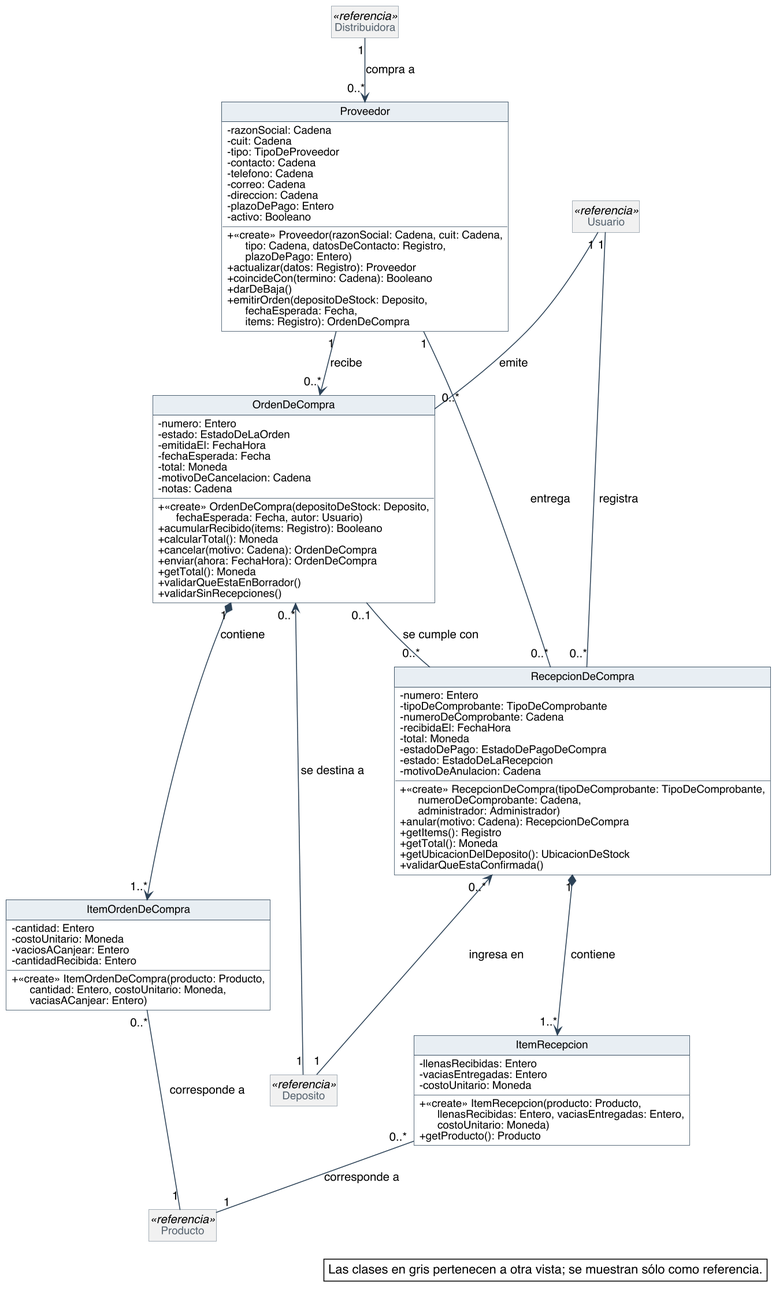
Above: diagramas/clases-diseno/DC_Compras.png in Nahuelito-Dev/splg-docs (PlantUML), before the change.
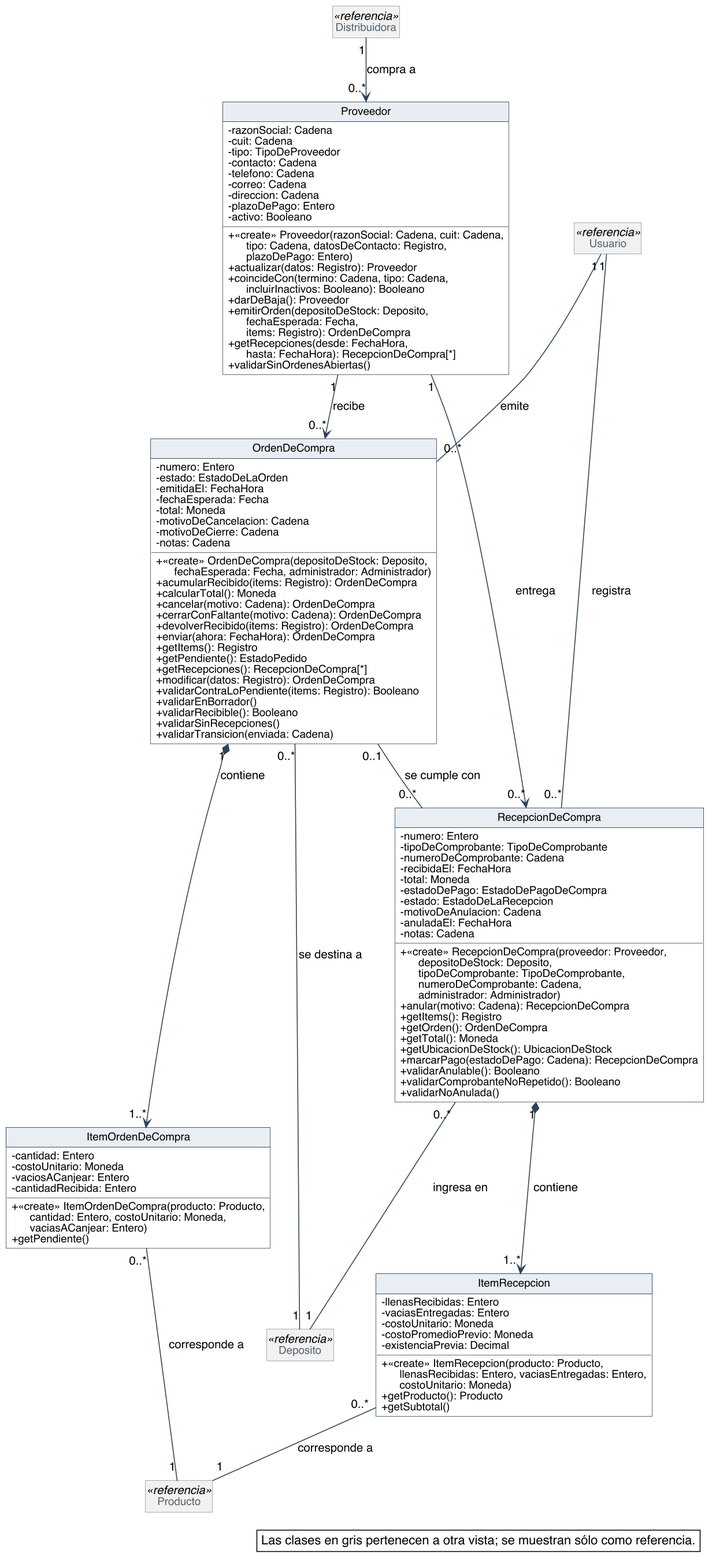
The same file after the commit.

Change to the diagram source:
```diff
@@ -69,9 +69,11 @@
   - activo: Booleano
   + «create» Proveedor(razonSocial: Cadena, cuit: Cadena,\n      tipo: Cadena, datosDeContacto: Registro,\n      plazoDePago: Entero)
   + actualizar(datos: Registro): Proveedor
-  + coincideCon(termino: Cadena): Booleano
-  + darDeBaja()
+  + coincideCon(termino: Cadena, tipo: Cadena,\n      incluirInactivos: Booleano): Booleano
+  + darDeBaja(): Proveedor
   + emitirOrden(depositoDeStock: Deposito,\n      fechaEsperada: Fecha,\n      items: Registro): OrdenDeCompra
+  + getRecepciones(desde: FechaHora,\n      hasta: FechaHora): RecepcionDeCompra[*]
+  + validarSinOrdenesAbiertas()
 }
 class OrdenDeCompra {
   - numero: Entero
@@ -80,15 +82,24 @@
   - fechaEsperada: Fecha
   - total: Moneda
   - motivoDeCancelacion: Cadena
+  - motivoDeCierre: Cadena
   - notas: Cadena
-  + «create» OrdenDeCompra(depositoDeStock: Deposito,\n      fechaEsperada: Fecha, autor: Usuario)
-  + acumularRecibido(items: Registro): Booleano
+  + «create» OrdenDeCompra(depositoDeStock: Deposito,\n      fechaEsperada: Fecha, administrador: Administrador)
+  + acumularRecibido(items: Registro): OrdenDeCompra
   + calcularTotal(): Moneda
   + cancelar(motivo: Cadena): OrdenDeCompra
+  + cerrarConFaltante(motivo: Cadena): OrdenDeCompra
+  + devolverRecibido(items: Registro): OrdenDeCompra
   + enviar(ahora: FechaHora): OrdenDeCompra
-  + getTotal(): Moneda
-  + validarQueEstaEnBorrador()
+  + getItems(): Registro
+  + getPendiente(): EstadoPedido
+  + getRecepciones(): RecepcionDeCompra[*]
+  + modificar(datos: Registro): OrdenDeCompra
+  + validarContraLoPendiente(items: Registro): Booleano
+  + validarEnBorrador()
+  + validarRecibible(): Booleano
   + validarSinRecepciones()
+  + validarTransicion(enviada: Cadena)
 }
 class ItemOrdenDeCompra {
   - cantidad: Entero
@@ -96,6 +107,7 @@
   - vaciosACanjear: Entero
   - cantidadRecibida: Entero
   + «create» ItemOrdenDeCompra(producto: Producto,\n      cantidad: Entero, costoUnitario: Moneda,\n      vaciasACanjear: Entero)
+  + getPendiente()
 }
 class RecepcionDeCompra {
   - numero: Entero
@@ -106,19 +118,28 @@
   - estadoDePago: EstadoDePagoDeCompra
   - estado: EstadoDeLaRecepcion
   - motivoDeAnulacion: Cadena
-  + «create» RecepcionDeCompra(tipoDeComprobante: TipoDeComprobante,\n      numeroDeComprobante: Cadena,\n      administrador: Administrador)
+  - anuladaEl: FechaHora
+  - notas: Cadena
+  + «create» RecepcionDeCompra(proveedor: Proveedor,\n      depositoDeStock: Deposito,\n      tipoDeComprobante: TipoDeComprobante,\n      numeroDeComprobante: Cadena,\n      administrador: Administrador)
   + anular(motivo: Cadena): RecepcionDeCompra
   + getItems(): Registro
+  + getOrden(): OrdenDeCompra
   + getTotal(): Moneda
-  + getUbicacionDelDeposito(): UbicacionDeStock
-  + validarQueEstaConfirmada()
+  + getUbicacionDeStock(): UbicacionDeStock
+  + marcarPago(estadoDePago: Cadena): RecepcionDeCompra
+  + validarAnulable(): Booleano
+  + validarComprobanteNoRepetido(): Booleano
+  + validarNoAnulada()
 }
 class ItemRecepcion {
   - llenasRecibidas: Entero
   - vaciasEntregadas: Entero
   - costoUnitario: Moneda
+  - costoPromedioPrevio: Moneda
+  - existenciaPrevia: Decimal
   + «create» ItemRecepcion(producto: Producto,\n      llenasRecibidas: Entero, vaciasEntregadas: Entero,\n      costoUnitario: Moneda)
   + getProducto(): Producto
+  + getSubtotal()
 }
 class Deposito <<referencia>>
 class Producto <<referencia>>
@@ -127,13 +148,13 @@
 
 Distribuidora "1" --> "0..*" Proveedor : compra a
 Proveedor "1" --> "0..*" OrdenDeCompra : recibe
-OrdenDeCompra "0..*" <-- "1" Deposito : se destina a
+OrdenDeCompra "0..*" -- "1" Deposito : se destina a
 OrdenDeCompra "1" *--> "1..*" ItemOrdenDeCompra : contiene
 ItemOrdenDeCompra "0..*" -- "1" Producto : corresponde a
 Usuario "1" -- "0..*" OrdenDeCompra : emite
-Proveedor "1" -- "0..*" RecepcionDeCompra : entrega
+Proveedor "1" --> "0..*" RecepcionDeCompra : entrega
 OrdenDeCompra "0..1" -- "0..*" RecepcionDeCompra : se cumple con
-RecepcionDeCompra "0..*" <-- "1" Deposito : ingresa en
+RecepcionDeCompra "0..*" -- "1" Deposito : ingresa en
 RecepcionDeCompra "1" *--> "1..*" ItemRecepcion : contiene
 ItemRecepcion "0..*" -- "1" Producto : corresponde a
 Usuario "1" -- "0..*" RecepcionDeCompra : registra
```
